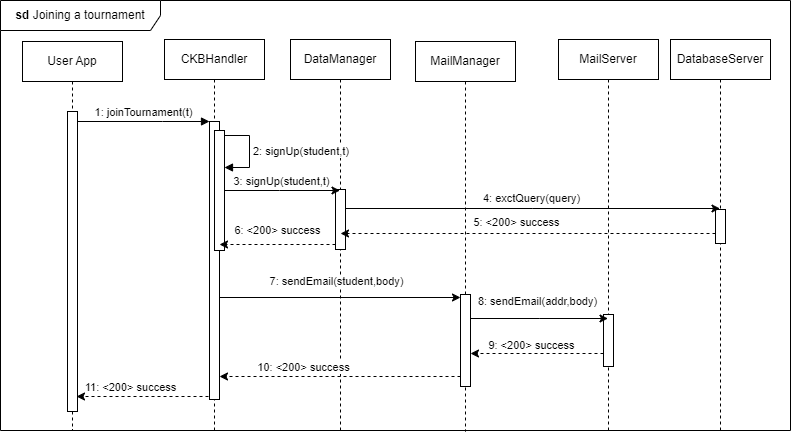
Above: DD/images/seq_diagrams/joining_tournament_DD.png in antilupovolante/MassaraNguyenBaNicotri (draw.io), before the change. Source tidied: cells renumbered, new cells last; positions are measured from the earlier drawing's top-left corner, leaving out a move shared by most shapes. The source it was exported from:
```xml
<mxGraphModel>
  <root>
    <mxCell id="0" />
    <mxCell id="1" parent="0" />
    <mxCell id="2" value="User App" style="shape=umlLifeline;perimeter=lifelinePerimeter;whiteSpace=wrap;html=1;newEdgeStyle={&quot;edgeStyle&quot;:&quot;elbowEdgeStyle&quot;,&quot;elbow&quot;:&quot;vertical&quot;,&quot;curved&quot;:0,&quot;rounded&quot;:0};" parent="1" vertex="1">
      <mxGeometry x="22" y="41" width="100" height="389" as="geometry" />
    </mxCell>
    <mxCell id="3" style="html=1;points=[];perimeter=orthogonalPerimeter;outlineConnect=0;targetShapes=umlLifeline;portConstraint=eastwest;newEdgeStyle={&quot;edgeStyle&quot;:&quot;elbowEdgeStyle&quot;,&quot;elbow&quot;:&quot;vertical&quot;,&quot;curved&quot;:0,&quot;rounded&quot;:0};" parent="2" vertex="1">
      <mxGeometry x="45" y="70" width="10" height="300" as="geometry" />
    </mxCell>
    <mxCell id="4" value="CKBHandler" style="shape=umlLifeline;perimeter=lifelinePerimeter;whiteSpace=wrap;html=1;newEdgeStyle={&quot;edgeStyle&quot;:&quot;elbowEdgeStyle&quot;,&quot;elbow&quot;:&quot;vertical&quot;,&quot;curved&quot;:0,&quot;rounded&quot;:0};" parent="1" vertex="1">
      <mxGeometry x="164" y="39" width="100" height="391" as="geometry" />
    </mxCell>
    <mxCell id="5" style="html=1;points=[];perimeter=orthogonalPerimeter;outlineConnect=0;targetShapes=umlLifeline;portConstraint=eastwest;newEdgeStyle={&quot;edgeStyle&quot;:&quot;elbowEdgeStyle&quot;,&quot;elbow&quot;:&quot;vertical&quot;,&quot;curved&quot;:0,&quot;rounded&quot;:0};" parent="4" vertex="1">
      <mxGeometry x="45" y="82" width="10" height="278" as="geometry" />
    </mxCell>
    <mxCell id="6" value="1: joinTournament(t)" style="html=1;verticalAlign=bottom;endArrow=block;edgeStyle=elbowEdgeStyle;elbow=vertical;curved=0;rounded=0;" parent="1" edge="1" source="3" target="5">
      <mxGeometry relative="1" as="geometry">
        <Array as="points">
          <mxPoint x="162" y="121" />
        </Array>
      </mxGeometry>
    </mxCell>
    <mxCell id="7" value="&lt;b&gt;sd&lt;/b&gt;&amp;nbsp;Joining a tournament" style="shape=umlFrame;whiteSpace=wrap;html=1;width=160;height=30;" parent="1" vertex="1">
      <mxGeometry width="790" height="430" as="geometry" />
    </mxCell>
    <mxCell id="8" value="DataManager" style="shape=umlLifeline;perimeter=lifelinePerimeter;whiteSpace=wrap;html=1;newEdgeStyle={&quot;edgeStyle&quot;:&quot;elbowEdgeStyle&quot;,&quot;elbow&quot;:&quot;vertical&quot;,&quot;curved&quot;:0,&quot;rounded&quot;:0};" parent="1" vertex="1">
      <mxGeometry x="290" y="39" width="100" height="391" as="geometry" />
    </mxCell>
    <mxCell id="9" style="html=1;perimeter=orthogonalPerimeter;targetShapes=umlLifeline;newEdgeStyle={&quot;edgeStyle&quot;:&quot;elbowEdgeStyle&quot;,&quot;elbow&quot;:&quot;vertical&quot;,&quot;curved&quot;:0,&quot;rounded&quot;:0};" parent="8" vertex="1">
      <mxGeometry x="45" y="150" width="10" height="60" as="geometry" />
    </mxCell>
    <mxCell id="10" value="MailServer" style="shape=umlLifeline;perimeter=lifelinePerimeter;whiteSpace=wrap;html=1;newEdgeStyle={&quot;edgeStyle&quot;:&quot;elbowEdgeStyle&quot;,&quot;elbow&quot;:&quot;vertical&quot;,&quot;curved&quot;:0,&quot;rounded&quot;:0};" parent="1" vertex="1">
      <mxGeometry x="558" y="39" width="100" height="391" as="geometry" />
    </mxCell>
    <mxCell id="11" style="html=1;perimeter=orthogonalPerimeter;targetShapes=umlLifeline;newEdgeStyle={&quot;edgeStyle&quot;:&quot;elbowEdgeStyle&quot;,&quot;elbow&quot;:&quot;vertical&quot;,&quot;curved&quot;:0,&quot;rounded&quot;:0};" parent="10" vertex="1">
      <mxGeometry x="45" y="275" width="10" height="52" as="geometry" />
    </mxCell>
    <mxCell id="12" value="DatabaseServer" style="shape=umlLifeline;perimeter=lifelinePerimeter;whiteSpace=wrap;html=1;newEdgeStyle={&quot;edgeStyle&quot;:&quot;elbowEdgeStyle&quot;,&quot;elbow&quot;:&quot;vertical&quot;,&quot;curved&quot;:0,&quot;rounded&quot;:0};" parent="1" vertex="1">
      <mxGeometry x="670" y="39" width="100" height="391" as="geometry" />
    </mxCell>
    <mxCell id="13" style="html=1;perimeter=orthogonalPerimeter;targetShapes=umlLifeline;newEdgeStyle={&quot;edgeStyle&quot;:&quot;elbowEdgeStyle&quot;,&quot;elbow&quot;:&quot;vertical&quot;,&quot;curved&quot;:0,&quot;rounded&quot;:0};" parent="12" vertex="1">
      <mxGeometry x="45" y="170" width="10" height="34" as="geometry" />
    </mxCell>
    <mxCell id="14" value="MailManager" style="shape=umlLifeline;perimeter=lifelinePerimeter;whiteSpace=wrap;html=1;newEdgeStyle={&quot;edgeStyle&quot;:&quot;elbowEdgeStyle&quot;,&quot;elbow&quot;:&quot;vertical&quot;,&quot;curved&quot;:0,&quot;rounded&quot;:0};" parent="1" vertex="1">
      <mxGeometry x="415" y="41" width="100" height="390" as="geometry" />
    </mxCell>
    <mxCell id="15" style="html=1;perimeter=orthogonalPerimeter;targetShapes=umlLifeline;newEdgeStyle={&quot;edgeStyle&quot;:&quot;elbowEdgeStyle&quot;,&quot;elbow&quot;:&quot;vertical&quot;,&quot;curved&quot;:0,&quot;rounded&quot;:0};" parent="14" vertex="1">
      <mxGeometry x="45" y="253" width="10" height="92" as="geometry" />
    </mxCell>
    <mxCell id="16" style="edgeStyle=elbowEdgeStyle;rounded=0;orthogonalLoop=1;jettySize=auto;html=1;elbow=horizontal;curved=0;" parent="1" edge="1">
      <mxGeometry relative="1" as="geometry">
        <mxPoint x="219" y="190" as="sourcePoint" />
        <mxPoint x="339.5" y="190" as="targetPoint" />
      </mxGeometry>
    </mxCell>
    <mxCell id="17" value="3: signUp(student,t)" style="edgeLabel;html=1;align=center;verticalAlign=middle;" parent="16" vertex="1">
      <mxGeometry x="0.18" y="4" relative="1" as="geometry">
        <mxPoint x="-10" y="-6" as="offset" />
      </mxGeometry>
    </mxCell>
    <mxCell id="18" style="edgeStyle=elbowEdgeStyle;rounded=0;orthogonalLoop=1;jettySize=auto;html=1;elbow=vertical;curved=0;" parent="1" edge="1">
      <mxGeometry relative="1" as="geometry">
        <mxPoint x="345" y="208" as="sourcePoint" />
        <mxPoint x="719.5" y="208" as="targetPoint" />
      </mxGeometry>
    </mxCell>
    <mxCell id="19" value="4: exctQuery(query)" style="edgeLabel;html=1;align=center;verticalAlign=middle;" parent="18" vertex="1">
      <mxGeometry x="-0.09" y="1" relative="1" as="geometry">
        <mxPoint x="15" y="-10" as="offset" />
      </mxGeometry>
    </mxCell>
    <mxCell id="20" style="edgeStyle=elbowEdgeStyle;rounded=0;orthogonalLoop=1;jettySize=auto;html=1;elbow=vertical;curved=0;dashed=1;" parent="1" edge="1">
      <mxGeometry relative="1" as="geometry">
        <mxPoint x="715" y="233" as="sourcePoint" />
        <mxPoint x="340" y="233" as="targetPoint" />
      </mxGeometry>
    </mxCell>
    <mxCell id="21" value="5: &amp;lt;200&amp;gt; success" style="edgeLabel;html=1;align=center;verticalAlign=middle;" parent="20" vertex="1">
      <mxGeometry x="-0.17" y="-1" relative="1" as="geometry">
        <mxPoint x="-44" y="-11" as="offset" />
      </mxGeometry>
    </mxCell>
    <mxCell id="22" style="edgeStyle=elbowEdgeStyle;rounded=0;jettySize=auto;html=1;elbow=vertical;curved=0;" parent="1" edge="1" source="5">
      <mxGeometry relative="1" as="geometry">
        <mxPoint x="460" y="297" as="targetPoint" />
      </mxGeometry>
    </mxCell>
    <mxCell id="23" value="7: sendEmail(student,body)" style="edgeLabel;html=1;align=center;verticalAlign=middle;" parent="22" vertex="1">
      <mxGeometry x="-0.26" relative="1" as="geometry">
        <mxPoint x="26" y="-17" as="offset" />
      </mxGeometry>
    </mxCell>
    <mxCell id="24" style="edgeStyle=elbowEdgeStyle;rounded=0;orthogonalLoop=1;jettySize=auto;html=1;elbow=vertical;curved=0;" parent="1" edge="1">
      <mxGeometry relative="1" as="geometry">
        <mxPoint x="470" y="318" as="sourcePoint" />
        <mxPoint x="607.5" y="318" as="targetPoint" />
      </mxGeometry>
    </mxCell>
    <mxCell id="25" value="8: sendEmail(addr,body)" style="edgeLabel;html=1;align=center;verticalAlign=middle;" parent="24" vertex="1">
      <mxGeometry x="0.67" y="-4" relative="1" as="geometry">
        <mxPoint x="-49" y="-22" as="offset" />
      </mxGeometry>
    </mxCell>
    <mxCell id="26" style="edgeStyle=elbowEdgeStyle;rounded=0;orthogonalLoop=1;jettySize=auto;html=1;elbow=horizontal;curved=0;dashed=1;" parent="1" edge="1">
      <mxGeometry relative="1" as="geometry">
        <mxPoint x="603" y="353" as="sourcePoint" />
        <mxPoint x="470" y="353" as="targetPoint" />
      </mxGeometry>
    </mxCell>
    <mxCell id="27" value="9: &amp;lt;200&amp;gt; success" style="edgeLabel;html=1;align=center;verticalAlign=middle;" parent="26" vertex="1">
      <mxGeometry x="0.36" y="2" relative="1" as="geometry">
        <mxPoint x="17" y="-11" as="offset" />
      </mxGeometry>
    </mxCell>
    <mxCell id="28" style="edgeStyle=elbowEdgeStyle;rounded=0;orthogonalLoop=1;jettySize=auto;html=1;elbow=vertical;curved=0;dashed=1;" parent="1" edge="1">
      <mxGeometry relative="1" as="geometry">
        <mxPoint x="460" y="376" as="sourcePoint" />
        <mxPoint x="219" y="376" as="targetPoint" />
      </mxGeometry>
    </mxCell>
    <mxCell id="29" value="10: &amp;lt;200&amp;gt; success" style="edgeLabel;html=1;align=center;verticalAlign=middle;" parent="28" vertex="1">
      <mxGeometry x="0.49" y="-1" relative="1" as="geometry">
        <mxPoint x="21" y="-9" as="offset" />
      </mxGeometry>
    </mxCell>
    <mxCell id="30" style="edgeStyle=elbowEdgeStyle;rounded=0;orthogonalLoop=1;jettySize=auto;html=1;elbow=vertical;curved=0;dashed=1;" parent="1" edge="1">
      <mxGeometry relative="1" as="geometry">
        <mxPoint x="208" y="396" as="sourcePoint" />
        <mxPoint x="76" y="396" as="targetPoint" />
      </mxGeometry>
    </mxCell>
    <mxCell id="31" value="11: &amp;lt;200&amp;gt; success" style="edgeLabel;html=1;align=center;verticalAlign=middle;" parent="30" vertex="1">
      <mxGeometry x="0.32" y="-1" relative="1" as="geometry">
        <mxPoint x="8" y="-9" as="offset" />
      </mxGeometry>
    </mxCell>
    <mxCell id="32" style="html=1;points=[[0,0,0,0,5],[0,1,0,0,-5],[1,0,0,0,5],[1,1,0,0,-5]];perimeter=orthogonalPerimeter;outlineConnect=0;targetShapes=umlLifeline;portConstraint=eastwest;newEdgeStyle={&quot;curved&quot;:0,&quot;rounded&quot;:0};" parent="1" vertex="1">
      <mxGeometry x="214" y="130" width="10" height="120" as="geometry" />
    </mxCell>
    <mxCell id="33" value="2: signUp(student,t)" style="html=1;align=left;spacingLeft=2;endArrow=block;rounded=0;edgeStyle=orthogonalEdgeStyle;curved=0;rounded=0;exitX=1;exitY=0;exitDx=0;exitDy=5;exitPerimeter=0;" parent="1" edge="1" source="32">
      <mxGeometry relative="1" as="geometry">
        <mxPoint x="224" y="167" as="targetPoint" />
        <Array as="points">
          <mxPoint x="249" y="135" />
          <mxPoint x="249" y="167" />
        </Array>
      </mxGeometry>
    </mxCell>
    <mxCell id="34" value="6: &amp;lt;200&amp;gt; success" style="edgeStyle=elbowEdgeStyle;rounded=0;orthogonalLoop=1;jettySize=auto;html=1;elbow=vertical;curved=0;dashed=1;" parent="1" edge="1">
      <mxGeometry y="-14" relative="1" as="geometry">
        <mxPoint x="335" y="244" as="sourcePoint" />
        <mxPoint x="219" y="244" as="targetPoint" />
      </mxGeometry>
    </mxCell>
  </root>
</mxGraphModel>
```
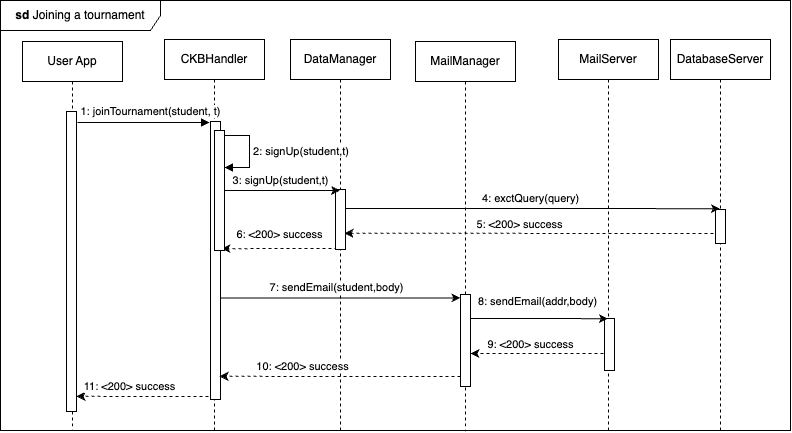
The same file after the commit.

Change to the diagram source:
```diff
@@ -2,22 +2,41 @@
   <root>
     <mxCell id="0" />
     <mxCell id="1" parent="0" />
+    <mxCell id="34" value="6: &amp;lt;200&amp;gt; success" style="edgeStyle=elbowEdgeStyle;rounded=0;orthogonalLoop=1;jettySize=auto;html=1;elbow=vertical;curved=0;dashed=1;" parent="1" edge="1">
+      <mxGeometry y="-14" relative="1" as="geometry">
+        <mxPoint x="337" y="248" as="sourcePoint" />
+        <mxPoint x="221" y="248" as="targetPoint" />
+      </mxGeometry>
+    </mxCell>
+    <mxCell id="20" style="edgeStyle=elbowEdgeStyle;rounded=0;orthogonalLoop=1;jettySize=auto;html=1;elbow=vertical;curved=0;dashed=1;" parent="1" edge="1">
+      <mxGeometry relative="1" as="geometry">
+        <mxPoint x="719" y="233" as="sourcePoint" />
+        <mxPoint x="344" y="233" as="targetPoint" />
+      </mxGeometry>
+    </mxCell>
+    <mxCell id="21" value="5: &amp;lt;200&amp;gt; success" style="edgeLabel;html=1;align=center;verticalAlign=middle;" parent="20" vertex="1">
+      <mxGeometry x="-0.17" y="-1" relative="1" as="geometry">
+        <mxPoint x="-44" y="-8" as="offset" />
+      </mxGeometry>
+    </mxCell>
     <mxCell id="2" value="User App" style="shape=umlLifeline;perimeter=lifelinePerimeter;whiteSpace=wrap;html=1;newEdgeStyle={&quot;edgeStyle&quot;:&quot;elbowEdgeStyle&quot;,&quot;elbow&quot;:&quot;vertical&quot;,&quot;curved&quot;:0,&quot;rounded&quot;:0};" parent="1" vertex="1">
       <mxGeometry x="22" y="41" width="100" height="389" as="geometry" />
     </mxCell>
     <mxCell id="3" style="html=1;points=[];perimeter=orthogonalPerimeter;outlineConnect=0;targetShapes=umlLifeline;portConstraint=eastwest;newEdgeStyle={&quot;edgeStyle&quot;:&quot;elbowEdgeStyle&quot;,&quot;elbow&quot;:&quot;vertical&quot;,&quot;curved&quot;:0,&quot;rounded&quot;:0};" parent="2" vertex="1">
-      <mxGeometry x="45" y="70" width="10" height="300" as="geometry" />
+      <mxGeometry x="44" y="70" width="10" height="300" as="geometry" />
     </mxCell>
     <mxCell id="4" value="CKBHandler" style="shape=umlLifeline;perimeter=lifelinePerimeter;whiteSpace=wrap;html=1;newEdgeStyle={&quot;edgeStyle&quot;:&quot;elbowEdgeStyle&quot;,&quot;elbow&quot;:&quot;vertical&quot;,&quot;curved&quot;:0,&quot;rounded&quot;:0};" parent="1" vertex="1">
       <mxGeometry x="164" y="39" width="100" height="391" as="geometry" />
     </mxCell>
     <mxCell id="5" style="html=1;points=[];perimeter=orthogonalPerimeter;outlineConnect=0;targetShapes=umlLifeline;portConstraint=eastwest;newEdgeStyle={&quot;edgeStyle&quot;:&quot;elbowEdgeStyle&quot;,&quot;elbow&quot;:&quot;vertical&quot;,&quot;curved&quot;:0,&quot;rounded&quot;:0};" parent="4" vertex="1">
-      <mxGeometry x="45" y="82" width="10" height="278" as="geometry" />
+      <mxGeometry x="46" y="82" width="10" height="278" as="geometry" />
     </mxCell>
-    <mxCell id="6" value="1: joinTournament(t)" style="html=1;verticalAlign=bottom;endArrow=block;edgeStyle=elbowEdgeStyle;elbow=vertical;curved=0;rounded=0;" parent="1" edge="1" source="3" target="5">
-      <mxGeometry relative="1" as="geometry">
+    <mxCell id="6" value="1: joinTournament(student, t)" style="html=1;verticalAlign=bottom;endArrow=block;edgeStyle=elbowEdgeStyle;elbow=vertical;curved=0;rounded=0;" parent="1" edge="1">
+      <mxGeometry x="0.11" y="2" relative="1" as="geometry">
+        <mxPoint x="77" y="122" as="sourcePoint" />
+        <mxPoint x="209" y="122" as="targetPoint" />
         <Array as="points">
-          <mxPoint x="162" y="121" />
+          <mxPoint x="162" y="122" />
         </Array>
       </mxGeometry>
     </mxCell>
@@ -34,7 +53,7 @@
       <mxGeometry x="558" y="39" width="100" height="391" as="geometry" />
     </mxCell>
     <mxCell id="11" style="html=1;perimeter=orthogonalPerimeter;targetShapes=umlLifeline;newEdgeStyle={&quot;edgeStyle&quot;:&quot;elbowEdgeStyle&quot;,&quot;elbow&quot;:&quot;vertical&quot;,&quot;curved&quot;:0,&quot;rounded&quot;:0};" parent="10" vertex="1">
-      <mxGeometry x="45" y="275" width="10" height="52" as="geometry" />
+      <mxGeometry x="46" y="279" width="10" height="52" as="geometry" />
     </mxCell>
     <mxCell id="12" value="DatabaseServer" style="shape=umlLifeline;perimeter=lifelinePerimeter;whiteSpace=wrap;html=1;newEdgeStyle={&quot;edgeStyle&quot;:&quot;elbowEdgeStyle&quot;,&quot;elbow&quot;:&quot;vertical&quot;,&quot;curved&quot;:0,&quot;rounded&quot;:0};" parent="1" vertex="1">
       <mxGeometry x="670" y="39" width="100" height="391" as="geometry" />
@@ -70,17 +89,6 @@
         <mxPoint x="15" y="-10" as="offset" />
       </mxGeometry>
     </mxCell>
-    <mxCell id="20" style="edgeStyle=elbowEdgeStyle;rounded=0;orthogonalLoop=1;jettySize=auto;html=1;elbow=vertical;curved=0;dashed=1;" parent="1" edge="1">
-      <mxGeometry relative="1" as="geometry">
-        <mxPoint x="715" y="233" as="sourcePoint" />
-        <mxPoint x="340" y="233" as="targetPoint" />
-      </mxGeometry>
-    </mxCell>
-    <mxCell id="21" value="5: &amp;lt;200&amp;gt; success" style="edgeLabel;html=1;align=center;verticalAlign=middle;" parent="20" vertex="1">
-      <mxGeometry x="-0.17" y="-1" relative="1" as="geometry">
-        <mxPoint x="-44" y="-11" as="offset" />
-      </mxGeometry>
-    </mxCell>
     <mxCell id="22" style="edgeStyle=elbowEdgeStyle;rounded=0;jettySize=auto;html=1;elbow=vertical;curved=0;" parent="1" edge="1" source="5">
       <mxGeometry relative="1" as="geometry">
         <mxPoint x="460" y="297" as="targetPoint" />
@@ -88,7 +96,7 @@
     </mxCell>
     <mxCell id="23" value="7: sendEmail(student,body)" style="edgeLabel;html=1;align=center;verticalAlign=middle;" parent="22" vertex="1">
       <mxGeometry x="-0.26" relative="1" as="geometry">
-        <mxPoint x="26" y="-17" as="offset" />
+        <mxPoint x="26" y="-11" as="offset" />
       </mxGeometry>
     </mxCell>
     <mxCell id="24" style="edgeStyle=elbowEdgeStyle;rounded=0;orthogonalLoop=1;jettySize=auto;html=1;elbow=vertical;curved=0;" parent="1" edge="1">
@@ -147,11 +155,5 @@
         </Array>
       </mxGeometry>
     </mxCell>
-    <mxCell id="34" value="6: &amp;lt;200&amp;gt; success" style="edgeStyle=elbowEdgeStyle;rounded=0;orthogonalLoop=1;jettySize=auto;html=1;elbow=vertical;curved=0;dashed=1;" parent="1" edge="1">
-      <mxGeometry y="-14" relative="1" as="geometry">
-        <mxPoint x="335" y="244" as="sourcePoint" />
-        <mxPoint x="219" y="244" as="targetPoint" />
-      </mxGeometry>
-    </mxCell>
   </root>
 </mxGraphModel>
```
